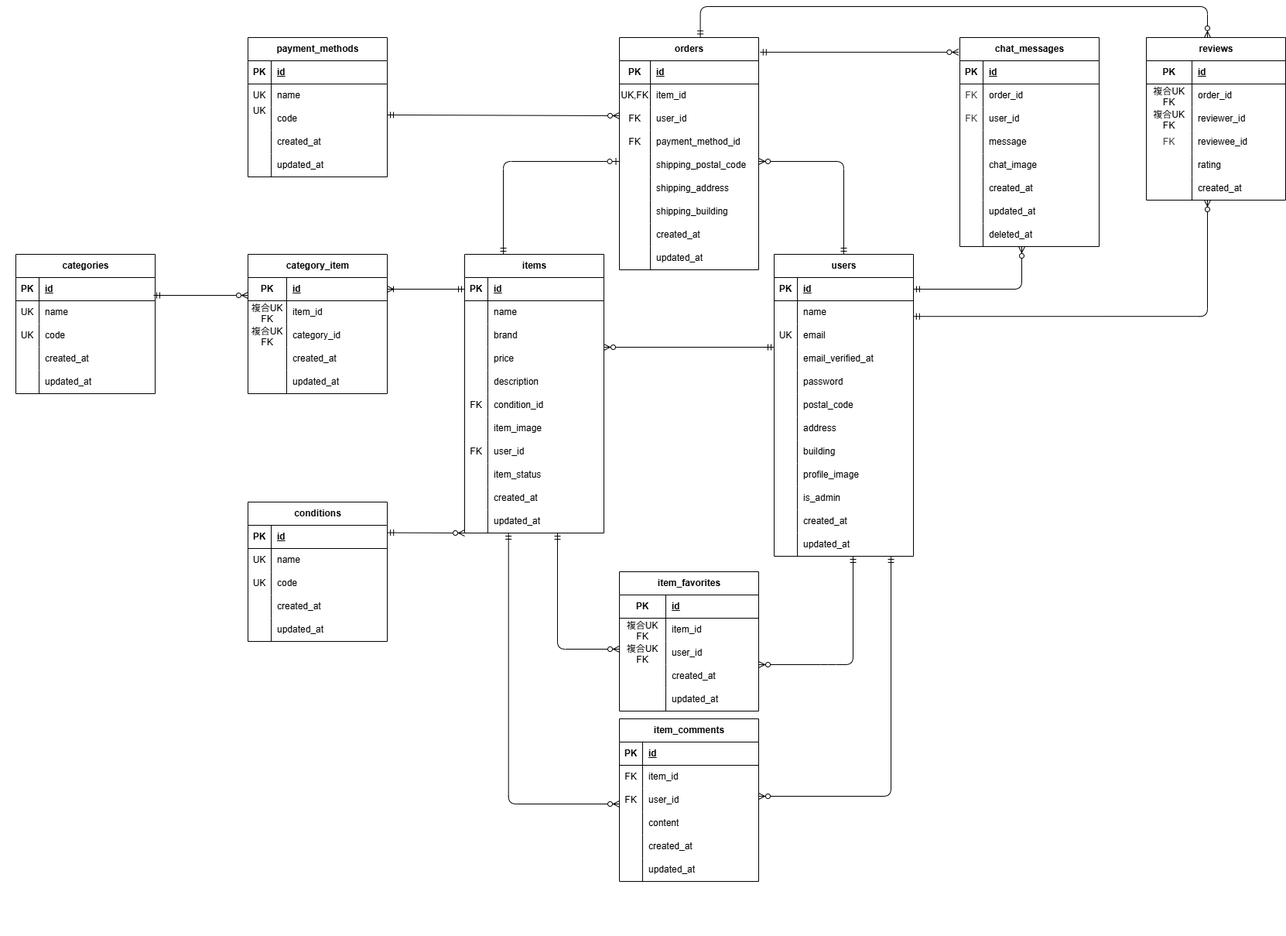
kawamata-natsuki/coachtech-flea keeps this draw.io diagram as er.drawio.png. Above is the earlier version. Source tidied: cells renumbered, new cells last; positions are measured from the earlier drawing's top-left corner, leaving out a move shared by most shapes.
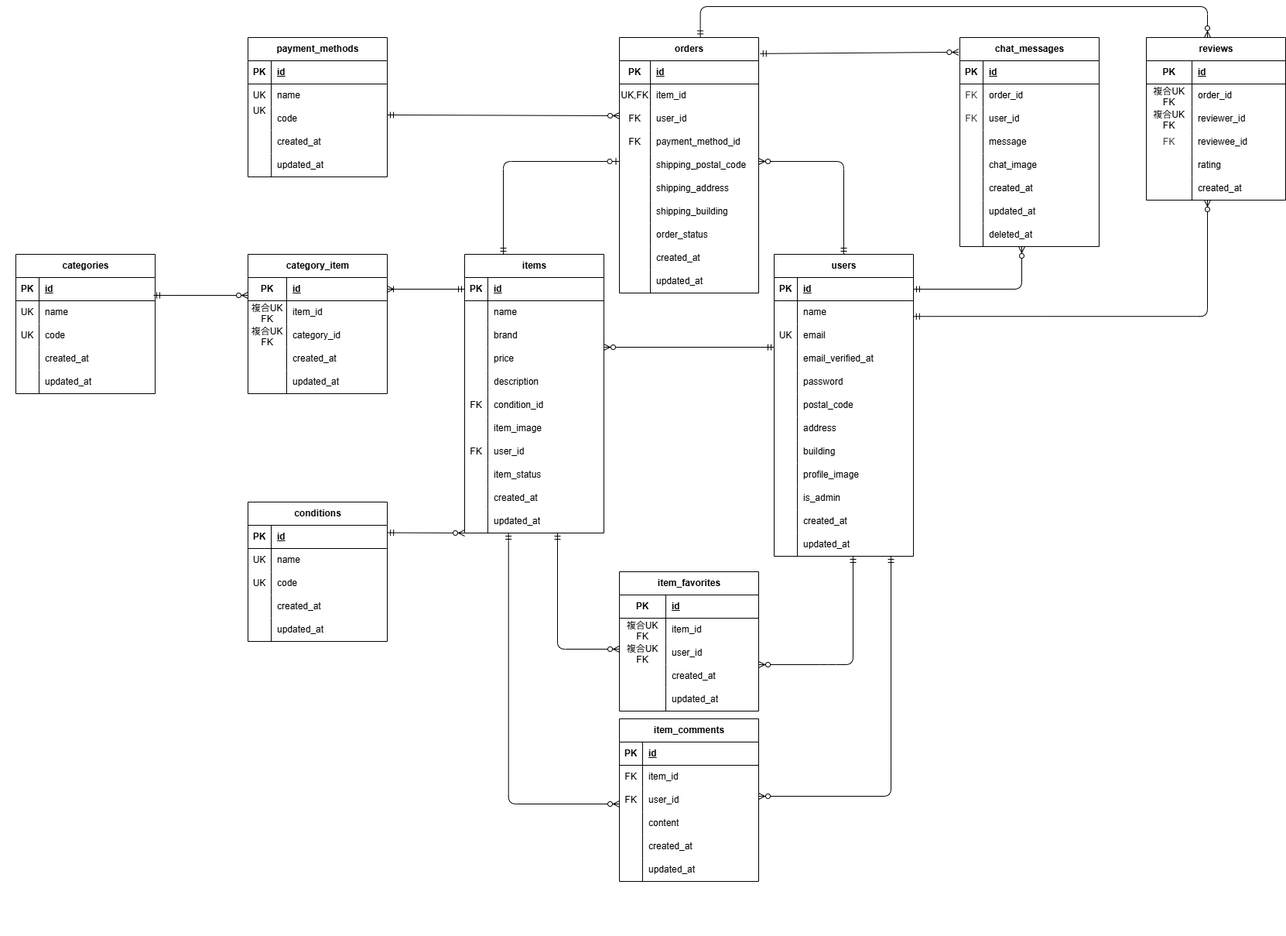
After the commit.

Commit message:
add: orders テーブルに order_status カラム追加

Diff of the diagram source:
```diff
@@ -153,7 +153,7 @@
       <mxGeometry x="30" width="150" height="30" as="geometry" />
     </mxCell>
     <mxCell id="52" value="orders" style="shape=table;startSize=30;rowLines=0;fontStyle=1;align=center;html=1;" parent="1" vertex="1">
-      <mxGeometry x="800" y="40" width="180" height="300" as="geometry" />
+      <mxGeometry x="800" y="40" width="180" height="330" as="geometry" />
     </mxCell>
     <mxCell id="53" style="shape=tableRow;horizontal=0;startSize=0;swimlaneHead=0;swimlaneBody=0;fillColor=none;top=0;left=0;right=0;bottom=1;" parent="52" vertex="1">
       <mxGeometry y="30" width="180" height="30" as="geometry" />
@@ -218,8 +218,17 @@
     <mxCell id="73" value="shipping_building" style="shape=partialRectangle;fillColor=none;top=0;left=0;bottom=0;right=0;align=left;spacingLeft=6;overflow=hidden;whiteSpace=wrap;html=1;" parent="71" vertex="1">
       <mxGeometry x="40" width="140" height="30" as="geometry" />
     </mxCell>
+    <mxCell id="265" style="shape=tableRow;horizontal=0;startSize=0;swimlaneHead=0;swimlaneBody=0;fillColor=none;top=0;left=0;right=0;bottom=0;" parent="52" vertex="1">
+      <mxGeometry y="240" width="180" height="30" as="geometry" />
+    </mxCell>
+    <mxCell id="266" style="shape=partialRectangle;fillColor=none;top=0;left=0;bottom=0;right=0;overflow=hidden;whiteSpace=wrap;html=1;" parent="265" vertex="1">
+      <mxGeometry width="40" height="30" as="geometry" />
+    </mxCell>
+    <mxCell id="267" value="order_status" style="shape=partialRectangle;fillColor=none;top=0;left=0;bottom=0;right=0;align=left;spacingLeft=6;overflow=hidden;whiteSpace=wrap;html=1;" parent="265" vertex="1">
+      <mxGeometry x="40" width="140" height="30" as="geometry" />
+    </mxCell>
     <mxCell id="74" style="shape=tableRow;horizontal=0;startSize=0;swimlaneHead=0;swimlaneBody=0;fillColor=none;top=0;left=0;right=0;bottom=0;" parent="52" vertex="1">
-      <mxGeometry y="240" width="180" height="30" as="geometry" />
+      <mxGeometry y="270" width="180" height="30" as="geometry" />
     </mxCell>
     <mxCell id="75" style="shape=partialRectangle;fillColor=none;top=0;left=0;bottom=0;right=0;overflow=hidden;whiteSpace=wrap;html=1;" parent="74" vertex="1">
       <mxGeometry width="40" height="30" as="geometry" />
@@ -228,7 +237,7 @@
       <mxGeometry x="40" width="140" height="30" as="geometry" />
     </mxCell>
     <mxCell id="77" style="shape=tableRow;horizontal=0;startSize=0;swimlaneHead=0;swimlaneBody=0;fillColor=none;top=0;left=0;right=0;bottom=0;" parent="52" vertex="1">
-      <mxGeometry y="270" width="180" height="30" as="geometry" />
+      <mxGeometry y="300" width="180" height="30" as="geometry" />
     </mxCell>
     <mxCell id="78" style="shape=partialRectangle;fillColor=none;top=0;left=0;bottom=0;right=0;overflow=hidden;whiteSpace=wrap;html=1;" parent="77" vertex="1">
       <mxGeometry width="40" height="30" as="geometry" />
```
